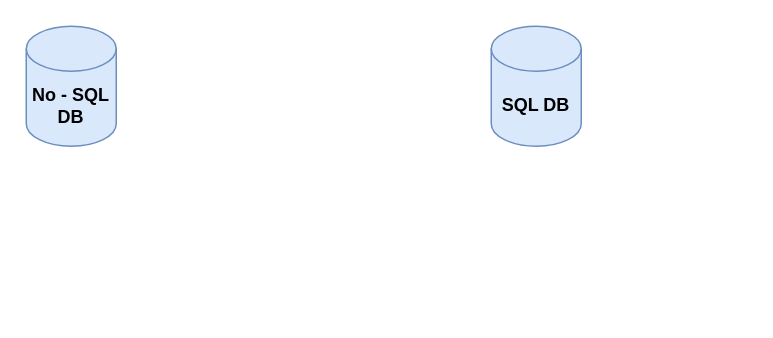
Above: ecommerce-custom.drawio in yatishpro/kartberry (draw.io), before the change. Source tidied: cells renumbered, new cells numbered last; positions are measured from the earlier drawing's top-left corner, leaving out a move shared by most shapes. Both pictures are drawn from the tidied source at 150%, with x=0, y=0 at pixel (26, 26).
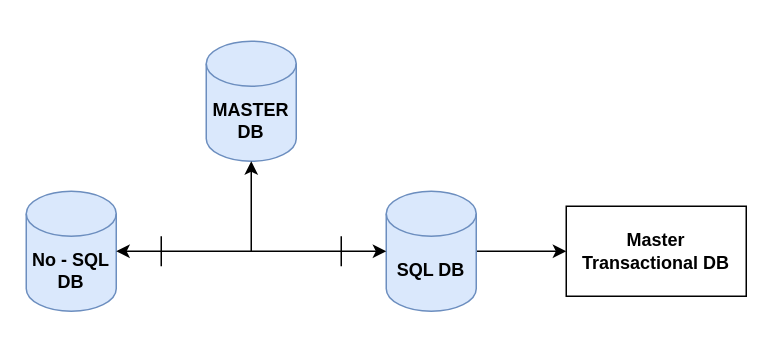
After the change.

Change to the diagram source:
```diff
@@
 <mxGraphModel>
   <root>
     <mxCell id="0" />
     <mxCell id="1" parent="0" />
     <mxCell id="2" value="&lt;div&gt;No - SQL&lt;/div&gt;&lt;div&gt;DB&lt;/div&gt;" style="shape=cylinder3;whiteSpace=wrap;html=1;boundedLbl=1;backgroundOutline=1;size=15;fillColor=#dae8fc;strokeColor=#6c8ebf;fontStyle=1;" parent="1" vertex="1">
-      <mxGeometry width="60" height="80" as="geometry" />
+      <mxGeometry y="110" width="60" height="80" as="geometry" />
     </mxCell>
+    <mxCell id="4" style="edgeStyle=orthogonalEdgeStyle;rounded=0;jettySize=auto;html=1;" parent="1" edge="1" source="3" target="5">
+      <mxGeometry relative="1" as="geometry" />
+    </mxCell>
     <mxCell id="3" value="&lt;b&gt;SQL DB&lt;br&gt;&lt;/b&gt;" style="shape=cylinder3;whiteSpace=wrap;html=1;boundedLbl=1;backgroundOutline=1;size=15;fillColor=#dae8fc;strokeColor=#6c8ebf;" parent="1" vertex="1">
-      <mxGeometry x="310" width="60" height="80" as="geometry" />
+      <mxGeometry x="240" y="110" width="60" height="80" as="geometry" />
     </mxCell>
+    <mxCell id="5" value="&lt;b&gt;Master Transactional DB&lt;br&gt;&lt;/b&gt;" style="rounded=0;whiteSpace=wrap;html=1;" parent="1" vertex="1">
+      <mxGeometry x="360" y="120" width="120" height="60" as="geometry" />
+    </mxCell>
+    <mxCell id="6" value="&lt;div&gt;&lt;b&gt;MASTER&lt;/b&gt;&lt;/div&gt;&lt;div&gt;&lt;b&gt; DB&lt;/b&gt;&lt;/div&gt;" style="shape=cylinder3;whiteSpace=wrap;html=1;boundedLbl=1;backgroundOutline=1;size=15;fillColor=#dae8fc;strokeColor=#6c8ebf;" parent="1" vertex="1">
+      <mxGeometry x="120" y="10" width="60" height="80" as="geometry" />
+    </mxCell>
+    <mxCell id="7" style="edgeStyle=orthogonalEdgeStyle;rounded=0;jettySize=auto;html=1;" parent="1" edge="1" source="10" target="3">
+      <mxGeometry relative="1" as="geometry" />
+    </mxCell>
+    <mxCell id="8" style="edgeStyle=orthogonalEdgeStyle;rounded=0;jettySize=auto;html=1;" parent="1" edge="1" source="10" target="2">
+      <mxGeometry relative="1" as="geometry" />
+    </mxCell>
+    <mxCell id="9" style="edgeStyle=orthogonalEdgeStyle;rounded=0;jettySize=auto;html=1;exitX=0.5;exitY=0.5;exitDx=0;exitDy=0;exitPerimeter=0;" parent="1" edge="1" source="10" target="6">
+      <mxGeometry relative="1" as="geometry" />
+    </mxCell>
+    <mxCell id="10" style="shape=crossbar;whiteSpace=wrap;html=1;rounded=1;" parent="1" vertex="1">
+      <mxGeometry x="90" y="140" width="120" height="20" as="geometry" />
+    </mxCell>
   </root>
 </mxGraphModel>
```
